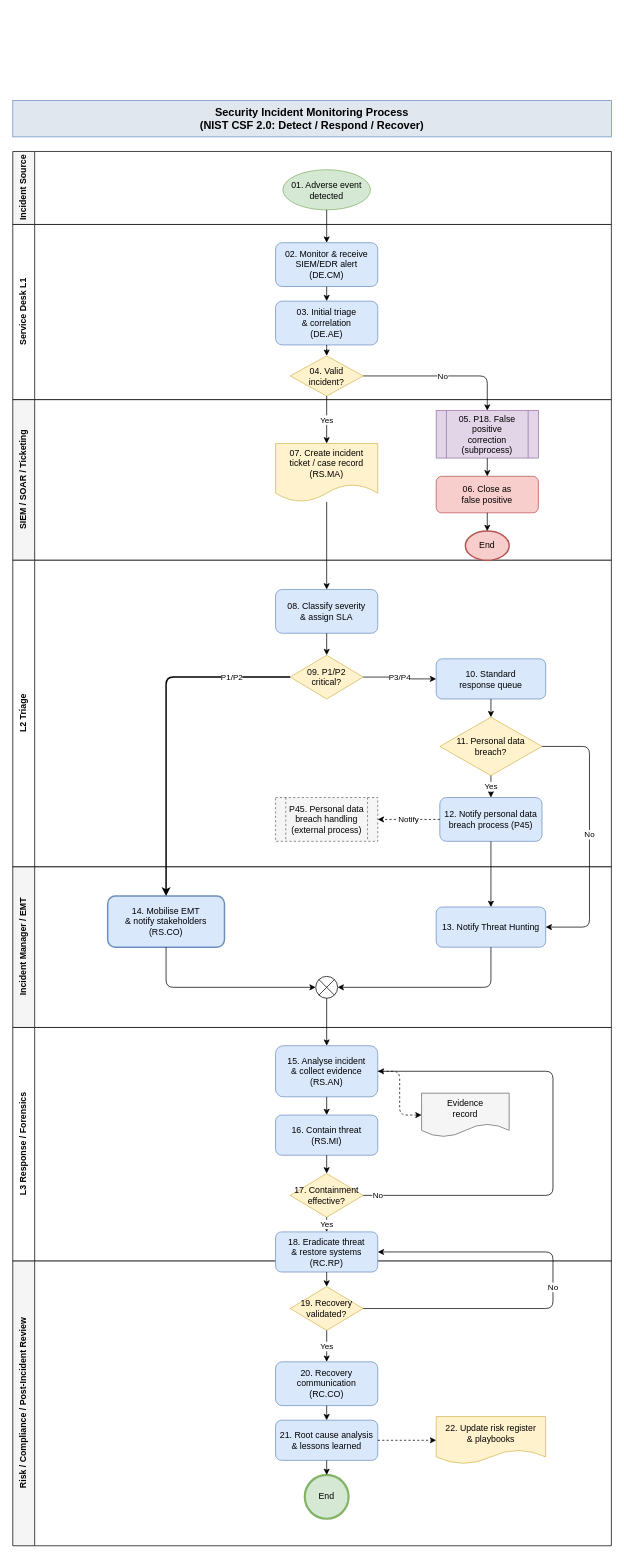
This is csf2_incident_monitoring_pdb.drawio from 94d44027/ProcessTest, a draw.io file, before an edit. Source tidied: cells renumbered, new cells numbered last; positions are measured from the earlier drawing's top-left corner, leaving out a move shared by most shapes. Both pictures are drawn from the tidied source at 73%, with x=0, y=0 at pixel (12, 100).
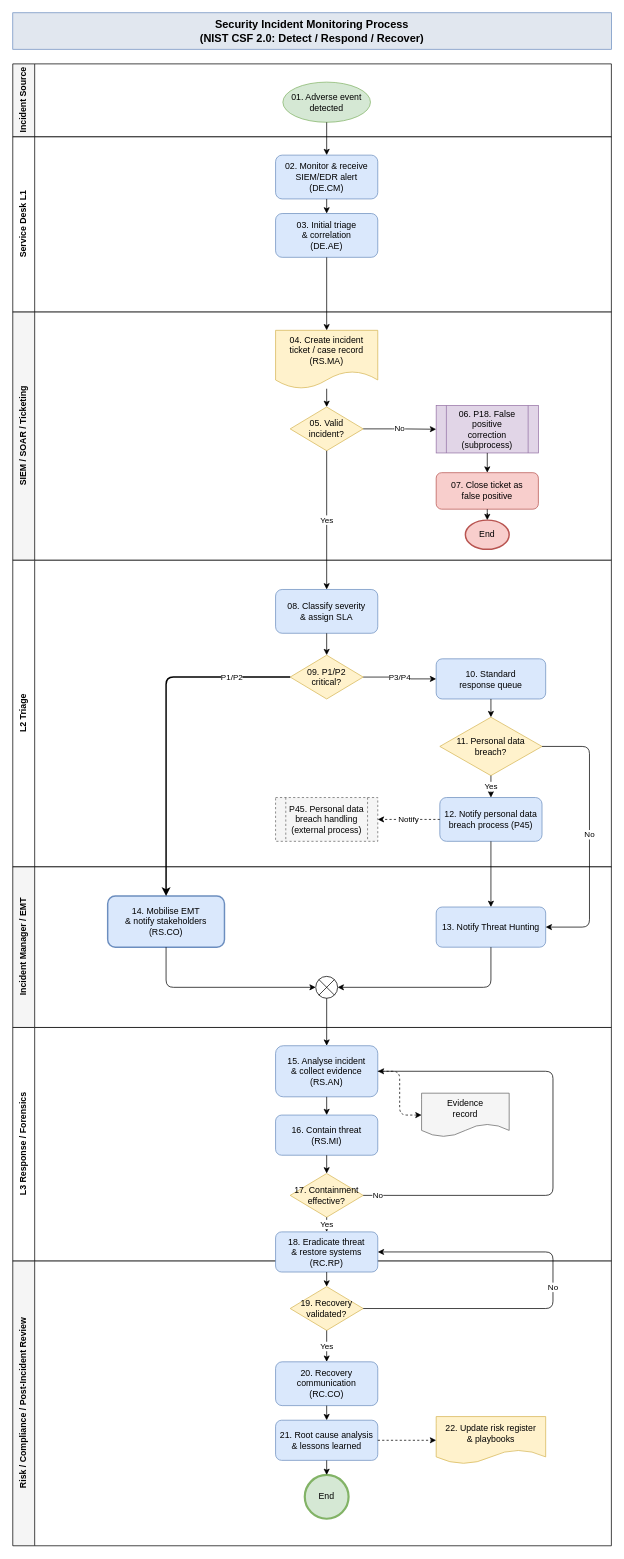
The same page after the edit.

Commit message:
PDB copy: register ticket in SOAR before false-positive decision (04 ticket -> 05 Valid incident? -> 06/07 FP)

Unchanged cells that the change refers to:
```xml
<mxCell id="20" value="08. Classify severity&#10;&amp; assign SLA" style="rounded=1;whiteSpace=wrap;html=1;fillColor=#dae8fc;strokeColor=#6c8ebf;" parent="1" vertex="1">
  <mxGeometry x="360" y="670" width="140" height="60" as="geometry" />
</mxCell>
```

The edit, as a diff of the source:
```diff
@@
     <mxCell id="2" value="Security Incident Monitoring Process&#10;(NIST CSF 2.0: Detect / Respond / Recover)" style="rounded=0;whiteSpace=wrap;html=1;fillColor=#e1e7ef;strokeColor=#6c8ebf;fontSize=15;fontStyle=1;align=center;verticalAlign=middle;" parent="1" vertex="1">
-      <mxGeometry width="820" height="50" as="geometry" />
+      <mxGeometry y="-120" width="820" height="50" as="geometry" />
     </mxCell>
     <mxCell id="3" value="Incident Source" style="shape=swimlane;html=1;startSize=30;horizontal=0;fillColor=#f5f5f5;swimlaneFillColor=#ffffff;fontStyle=1;" parent="1" vertex="1">
-      <mxGeometry y="70" width="820" height="100" as="geometry" />
+      <mxGeometry y="-50" width="820" height="100" as="geometry" />
     </mxCell>
     <mxCell id="4" value="Service Desk L1" style="shape=swimlane;html=1;startSize=30;horizontal=0;swimlaneFillColor=#ffffff;fontStyle=1;" parent="1" vertex="1">
-      <mxGeometry y="170" width="820" height="240" as="geometry" />
+      <mxGeometry y="50" width="820" height="240" as="geometry" />
     </mxCell>
     <mxCell id="5" value="SIEM / SOAR / Ticketing" style="shape=swimlane;html=1;startSize=30;horizontal=0;fillColor=#f5f5f5;swimlaneFillColor=#ffffff;fontStyle=1;" parent="1" vertex="1">
-      <mxGeometry y="410" width="820" height="220" as="geometry" />
+      <mxGeometry y="290" width="820" height="340" as="geometry" />
     </mxCell>
@@
     <mxCell id="12" value="01. Adverse event&#10;detected" style="ellipse;whiteSpace=wrap;html=1;fillColor=#d5e8d4;strokeColor=#82b366;" parent="1" vertex="1">
-      <mxGeometry x="370" y="95" width="120" height="55" as="geometry" />
+      <mxGeometry x="370" y="-25" width="120" height="55" as="geometry" />
     </mxCell>
     <mxCell id="13" value="02. Monitor &amp; receive&#10;SIEM/EDR alert&#10;(DE.CM)" style="rounded=1;whiteSpace=wrap;html=1;fillColor=#dae8fc;strokeColor=#6c8ebf;" parent="1" vertex="1">
-      <mxGeometry x="360" y="195" width="140" height="60" as="geometry" />
+      <mxGeometry x="360" y="75" width="140" height="60" as="geometry" />
     </mxCell>
     <mxCell id="14" value="03. Initial triage&#10;&amp; correlation&#10;(DE.AE)" style="rounded=1;whiteSpace=wrap;html=1;fillColor=#dae8fc;strokeColor=#6c8ebf;" parent="1" vertex="1">
-      <mxGeometry x="360" y="275" width="140" height="60" as="geometry" />
+      <mxGeometry x="360" y="155" width="140" height="60" as="geometry" />
     </mxCell>
-    <mxCell id="15" value="04. Valid&#10;incident?" style="rhombus;whiteSpace=wrap;html=1;fillColor=#fff2cc;strokeColor=#d6b656;" parent="1" vertex="1">
-      <mxGeometry x="380" y="350" width="100" height="55" as="geometry" />
+    <mxCell id="15" value="05. Valid&#10;incident?" style="rhombus;whiteSpace=wrap;html=1;fillColor=#fff2cc;strokeColor=#d6b656;" parent="1" vertex="1">
+      <mxGeometry x="380" y="420" width="100" height="60" as="geometry" />
     </mxCell>
-    <mxCell id="16" value="05. P18. False positive&#10;correction&#10;(subprocess)" style="shape=process;whiteSpace=wrap;html=1;fillColor=#e1d5e7;strokeColor=#9673a6;" parent="1" vertex="1">
-      <mxGeometry x="580" y="425" width="140" height="65" as="geometry" />
+    <mxCell id="16" value="06. P18. False positive&#10;correction&#10;(subprocess)" style="shape=process;whiteSpace=wrap;html=1;fillColor=#e1d5e7;strokeColor=#9673a6;" parent="1" vertex="1">
+      <mxGeometry x="580" y="418" width="140" height="65" as="geometry" />
     </mxCell>
-    <mxCell id="17" value="06. Close as&#10;false positive" style="rounded=1;whiteSpace=wrap;html=1;fillColor=#f8cecc;strokeColor=#b85450;" parent="1" vertex="1">
-      <mxGeometry x="580" y="515" width="140" height="50" as="geometry" />
+    <mxCell id="17" value="07. Close ticket as&#10;false positive" style="rounded=1;whiteSpace=wrap;html=1;fillColor=#f8cecc;strokeColor=#b85450;" parent="1" vertex="1">
+      <mxGeometry x="580" y="510" width="140" height="50" as="geometry" />
     </mxCell>
     <mxCell id="18" value="End" style="ellipse;whiteSpace=wrap;html=1;fillColor=#f8cecc;strokeColor=#b85450;strokeWidth=2;" parent="1" vertex="1">
-      <mxGeometry x="620" y="590" width="60" height="40" as="geometry" />
+      <mxGeometry x="620" y="575" width="60" height="40" as="geometry" />
     </mxCell>
-    <mxCell id="19" value="07. Create incident&#10;ticket / case record&#10;(RS.MA)" style="shape=document;whiteSpace=wrap;html=1;fillColor=#fff2cc;strokeColor=#d6b656;boundedLbl=1;" parent="1" vertex="1">
-      <mxGeometry x="360" y="470" width="140" height="80" as="geometry" />
+    <mxCell id="19" value="04. Create incident&#10;ticket / case record&#10;(RS.MA)" style="shape=document;whiteSpace=wrap;html=1;fillColor=#fff2cc;strokeColor=#d6b656;boundedLbl=1;" parent="1" vertex="1">
+      <mxGeometry x="360" y="315" width="140" height="80" as="geometry" />
     </mxCell>
@@
-    <mxCell id="39" style="edgeStyle=orthogonalEdgeStyle;rounded=1;html=1;endArrow=classic;" parent="1" edge="1" source="14" target="15">
-      <mxGeometry relative="1" as="geometry" />
-    </mxCell>
-    <mxCell id="40" value="No" style="edgeStyle=orthogonalEdgeStyle;rounded=1;html=1;endArrow=classic;exitX=1;exitY=0.5;exitDx=0;exitDy=0;entryX=0.5;entryY=0;entryDx=0;entryDy=0;" parent="1" edge="1" source="15" target="16">
-      <mxGeometry relative="1" as="geometry" />
-    </mxCell>
+    <mxCell id="67" style="edgeStyle=orthogonalEdgeStyle;rounded=1;html=1;endArrow=classic;" parent="1" edge="1" source="14" target="19">
+      <mxGeometry relative="1" as="geometry" />
+    </mxCell>
-    <mxCell id="41" style="edgeStyle=orthogonalEdgeStyle;rounded=1;html=1;endArrow=classic;" parent="1" edge="1" source="16" target="17">
+    <mxCell id="41" value="No" style="edgeStyle=orthogonalEdgeStyle;rounded=1;html=1;endArrow=classic;exitX=1;exitY=0.5;exitDx=0;exitDy=0;entryX=0;entryY=0.5;entryDx=0;entryDy=0;" parent="1" edge="1" source="15" target="16">
       <mxGeometry relative="1" as="geometry" />
     </mxCell>
+    <mxCell id="68" style="edgeStyle=orthogonalEdgeStyle;rounded=1;html=1;endArrow=classic;" parent="1" edge="1" source="16" target="17">
+      <mxGeometry relative="1" as="geometry" />
+    </mxCell>
@@
+    <mxCell id="69" style="edgeStyle=orthogonalEdgeStyle;rounded=1;html=1;endArrow=classic;" parent="1" edge="1" source="19" target="15">
+      <mxGeometry relative="1" as="geometry" />
+    </mxCell>
-    <mxCell id="43" value="Yes" style="edgeStyle=orthogonalEdgeStyle;rounded=1;html=1;endArrow=classic;" parent="1" edge="1" source="15" target="19">
+    <mxCell id="43" value="Yes" style="edgeStyle=orthogonalEdgeStyle;rounded=1;html=1;endArrow=classic;" parent="1" edge="1" source="15" target="20">
       <mxGeometry relative="1" as="geometry" />
     </mxCell>
-    <mxCell id="44" style="edgeStyle=orthogonalEdgeStyle;rounded=1;html=1;endArrow=classic;" parent="1" edge="1" source="19" target="20">
-      <mxGeometry relative="1" as="geometry" />
-    </mxCell>
```
